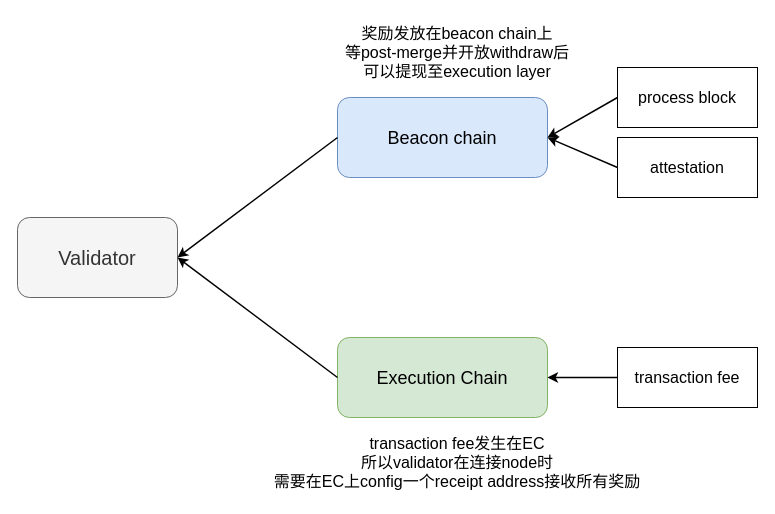
The draw.io diagram ethereum-research/validator & value come from.drawio in 0xyicheng/a-research-diagram, before the edit. Source tidied: cells renumbered, new cells numbered last; positions are measured from the earlier drawing's top-left corner, leaving out a move shared by most shapes. Both pictures are drawn from the tidied source at 100%, with x=0, y=0 at pixel (17, 17).
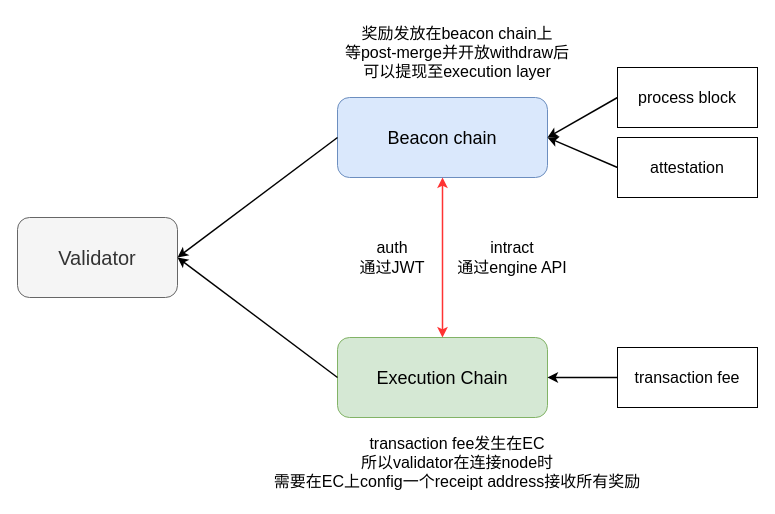
The same diagram, later.

Diff of the diagram source:
```diff
@@
 <mxGraphModel>
   <root>
     <mxCell id="0" />
     <mxCell id="1" parent="0" />
     <mxCell id="2" value="&lt;font style=&quot;font-size: 20px;&quot;&gt;Validator&lt;/font&gt;" style="rounded=1;whiteSpace=wrap;html=1;fillColor=#f5f5f5;fontColor=#333333;strokeColor=#666666;" parent="1" vertex="1">
       <mxGeometry y="200" width="160" height="80" as="geometry" />
     </mxCell>
     <mxCell id="3" value="&lt;font style=&quot;font-size: 18px;&quot;&gt;Execution Chain&lt;/font&gt;" style="rounded=1;whiteSpace=wrap;html=1;fontSize=20;fillColor=#d5e8d4;strokeColor=#82b366;" parent="1" vertex="1">
       <mxGeometry x="320" y="320" width="210" height="80" as="geometry" />
     </mxCell>
     <mxCell id="4" value="&lt;font style=&quot;font-size: 18px;&quot;&gt;Beacon chain&lt;/font&gt;" style="rounded=1;whiteSpace=wrap;html=1;fontSize=20;fillColor=#dae8fc;strokeColor=#6c8ebf;" parent="1" vertex="1">
       <mxGeometry x="320" y="80" width="210" height="80" as="geometry" />
     </mxCell>
     <mxCell id="5" style="endArrow=classic;html=1;rounded=0;fontSize=18;strokeWidth=1.5;exitX=0;exitY=0.5;exitDx=0;exitDy=0;entryX=1;entryY=0.5;entryDx=0;entryDy=0;" parent="1" edge="1" source="4" target="2">
       <mxGeometry relative="1" as="geometry" />
     </mxCell>
     <mxCell id="6" style="endArrow=classic;html=1;rounded=0;fontSize=18;strokeWidth=1.5;exitX=0;exitY=0.5;exitDx=0;exitDy=0;entryX=1;entryY=0.5;entryDx=0;entryDy=0;" parent="1" edge="1" source="3" target="2">
       <mxGeometry relative="1" as="geometry" />
     </mxCell>
     <mxCell id="7" value="&lt;font style=&quot;font-size: 16px;&quot;&gt;process block&lt;/font&gt;" style="rounded=0;whiteSpace=wrap;html=1;fontSize=18;" parent="1" vertex="1">
       <mxGeometry x="600" y="50" width="140" height="60" as="geometry" />
     </mxCell>
     <mxCell id="8" value="&lt;font style=&quot;font-size: 16px;&quot;&gt;attestation&lt;/font&gt;" style="rounded=0;whiteSpace=wrap;html=1;fontSize=18;" parent="1" vertex="1">
       <mxGeometry x="600" y="120" width="140" height="60" as="geometry" />
     </mxCell>
     <mxCell id="9" style="endArrow=classic;html=1;rounded=0;fontSize=18;strokeWidth=1.5;exitX=0;exitY=0.5;exitDx=0;exitDy=0;entryX=1;entryY=0.5;entryDx=0;entryDy=0;" parent="1" edge="1" source="7" target="4">
       <mxGeometry relative="1" as="geometry" />
     </mxCell>
     <mxCell id="10" style="endArrow=classic;html=1;rounded=0;fontSize=18;strokeWidth=1.5;exitX=0;exitY=0.5;exitDx=0;exitDy=0;entryX=1;entryY=0.5;entryDx=0;entryDy=0;" parent="1" edge="1" source="8" target="4">
       <mxGeometry relative="1" as="geometry" />
     </mxCell>
     <mxCell id="11" value="&lt;span style=&quot;font-size: 16px;&quot;&gt;transaction fee&lt;/span&gt;" style="rounded=0;whiteSpace=wrap;html=1;fontSize=18;" parent="1" vertex="1">
       <mxGeometry x="600" y="330" width="140" height="60" as="geometry" />
     </mxCell>
     <mxCell id="12" style="endArrow=classic;html=1;rounded=0;fontSize=18;strokeWidth=1.5;exitX=0;exitY=0.5;exitDx=0;exitDy=0;entryX=1;entryY=0.5;entryDx=0;entryDy=0;" parent="1" edge="1" source="11" target="3">
       <mxGeometry relative="1" as="geometry" />
     </mxCell>
     <mxCell id="13" value="奖励发放在beacon chain上&lt;br&gt;等post-merge并开放withdraw后&lt;br&gt;可以提现至execution layer" style="text;html=1;strokeColor=none;fillColor=none;align=center;verticalAlign=middle;whiteSpace=wrap;rounded=0;fontSize=16;" parent="1" vertex="1">
       <mxGeometry x="230" width="420" height="70" as="geometry" />
     </mxCell>
     <mxCell id="14" value="transaction fee发生在EC&lt;br&gt;所以validator在连接node时&lt;br&gt;需要在EC上config一个receipt address接收所有奖励" style="text;html=1;strokeColor=none;fillColor=none;align=center;verticalAlign=middle;whiteSpace=wrap;rounded=0;fontSize=16;" parent="1" vertex="1">
       <mxGeometry x="230" y="410" width="420" height="70" as="geometry" />
     </mxCell>
+    <mxCell id="15" style="endArrow=classic;startArrow=classic;html=1;rounded=0;strokeWidth=1.5;fontSize=16;entryX=0.5;entryY=1;entryDx=0;entryDy=0;exitX=0.5;exitY=0;exitDx=0;exitDy=0;strokeColor=#FF3333;" parent="1" edge="1" source="3" target="4">
+      <mxGeometry relative="1" as="geometry" />
+    </mxCell>
+    <mxCell id="16" value="auth&lt;br&gt;通过JWT" style="text;html=1;strokeColor=none;fillColor=none;align=center;verticalAlign=middle;whiteSpace=wrap;rounded=0;fontSize=16;" parent="1" vertex="1">
+      <mxGeometry x="310" y="230" width="130" height="20" as="geometry" />
+    </mxCell>
+    <mxCell id="17" value="intract&lt;br&gt;通过engine API" style="text;html=1;strokeColor=none;fillColor=none;align=center;verticalAlign=middle;whiteSpace=wrap;rounded=0;fontSize=16;" parent="1" vertex="1">
+      <mxGeometry x="430" y="230" width="130" height="20" as="geometry" />
+    </mxCell>
+    <mxCell id="18" style="edgeStyle=orthogonalEdgeStyle;rounded=0;orthogonalLoop=1;jettySize=auto;html=1;exitX=0.5;exitY=1;exitDx=0;exitDy=0;strokeWidth=1.5;fontSize=16;" parent="1" edge="1" source="16" target="16">
+      <mxGeometry relative="1" as="geometry" />
+    </mxCell>
   </root>
 </mxGraphModel>
```
